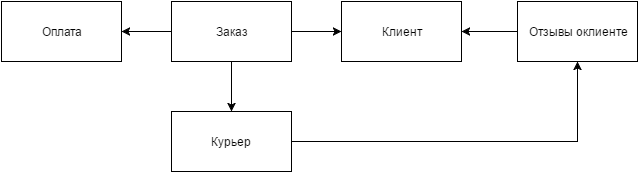
Above: Ивыгин_Трофимов_Автоматизация_курьерских_услугэ/lab2_1.png in Nordth/istu-lab-upp-2016-2017 (draw.io), before the change. Source tidied: cells renumbered, new cells last; positions are measured from the earlier drawing's top-left corner, leaving out a move shared by most shapes.
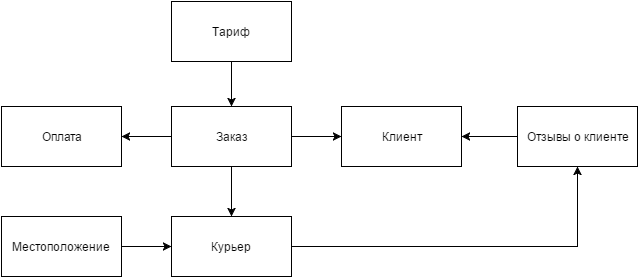
After the commit.

The edit, as a diff of the source:
```diff
@@ -26,11 +26,23 @@
     <mxCell id="9" style="edgeStyle=orthogonalEdgeStyle;rounded=0;html=1;entryX=1;entryY=0.5;jettySize=auto;" parent="1" edge="1" source="10" target="8">
       <mxGeometry relative="1" as="geometry" />
     </mxCell>
-    <mxCell id="10" value="Отзывы оклиенте" style="whiteSpace=wrap;html=1;" parent="1" vertex="1">
+    <mxCell id="10" value="Отзывы о клиенте" style="whiteSpace=wrap;html=1;" parent="1" vertex="1">
       <mxGeometry x="516" width="120" height="60" as="geometry" />
     </mxCell>
     <mxCell id="11" value="Оплата" style="whiteSpace=wrap;html=1;" parent="1" vertex="1">
       <mxGeometry width="120" height="60" as="geometry" />
     </mxCell>
+    <mxCell id="12" style="edgeStyle=orthogonalEdgeStyle;rounded=0;html=1;jettySize=auto;" parent="1" edge="1" source="13" target="7">
+      <mxGeometry relative="1" as="geometry" />
+    </mxCell>
+    <mxCell id="13" value="Местоположение" style="whiteSpace=wrap;html=1;" parent="1" vertex="1">
+      <mxGeometry y="110" width="120" height="60" as="geometry" />
+    </mxCell>
+    <mxCell id="14" style="edgeStyle=orthogonalEdgeStyle;rounded=0;html=1;jettySize=auto;" parent="1" edge="1" source="15" target="5">
+      <mxGeometry relative="1" as="geometry" />
+    </mxCell>
+    <mxCell id="15" value="Тариф" style="whiteSpace=wrap;html=1;" parent="1" vertex="1">
+      <mxGeometry x="170" y="-105" width="120" height="60" as="geometry" />
+    </mxCell>
   </root>
 </mxGraphModel>
```
